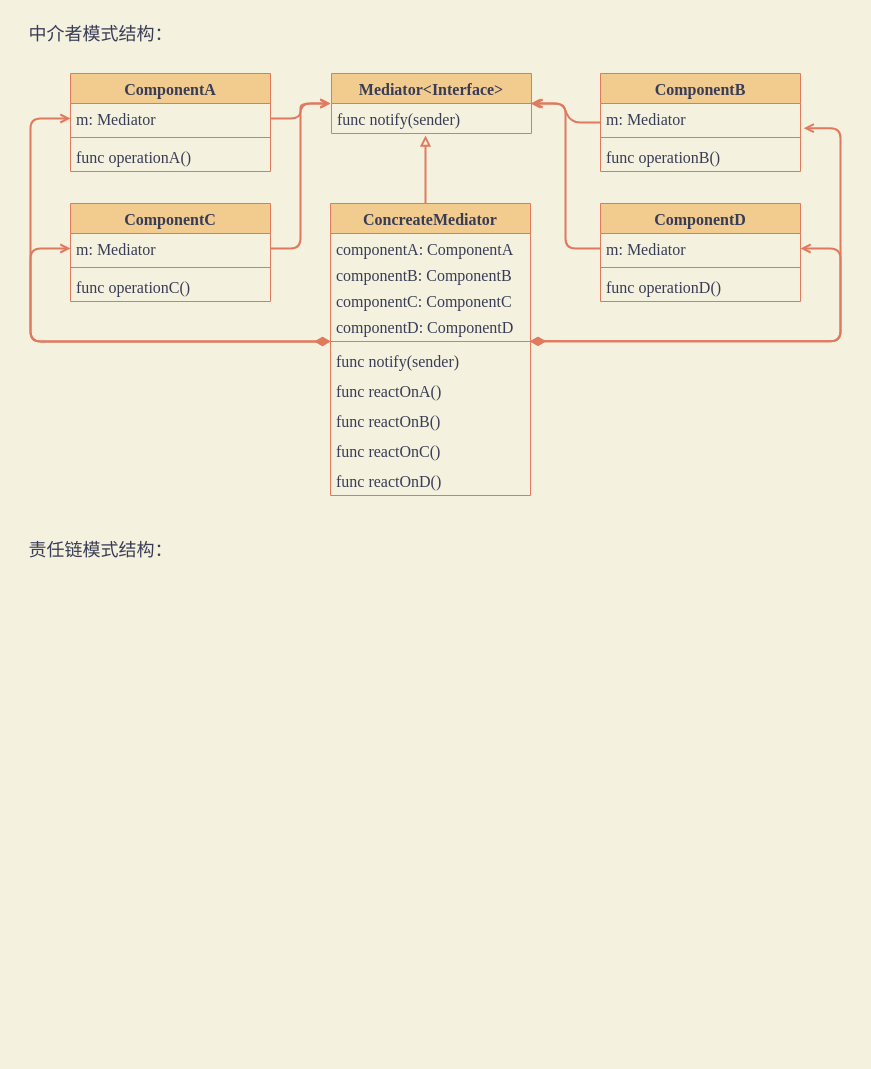
Earlier version of the draw.io diagram 设计模式.drawio (xuhaodong1/DrawIO). Source tidied: cells renumbered, new cells numbered last; positions are measured from the earlier drawing's top-left corner, leaving out a move shared by most shapes. Both pictures are drawn from the tidied source at 100%, with x=0, y=0 at pixel (21, 17).
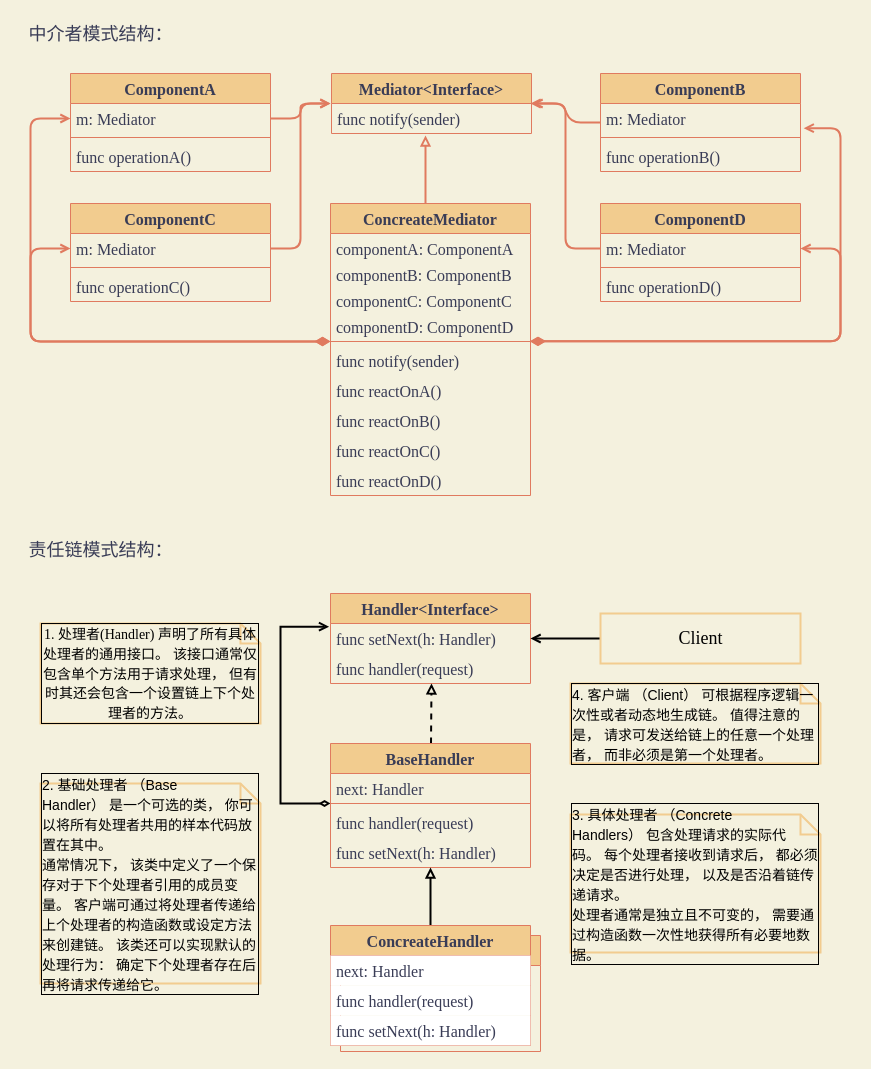
Above is the later version.

Commit message (it also covers changes not shown here):
更新设计模式.drawio

The edit, as a diff of the source:
```diff
@@
+    <mxCell id="42" value="ConcreateHandler" style="swimlane;fontStyle=1;align=center;verticalAlign=top;horizontal=1;startSize=30;fontFamily=Times New Roman;fontSize=16;rounded=0;fillColor=#F2CC8F;strokeColor=#E07A5F;fontColor=none;noLabel=1;" parent="1" vertex="1">
+      <mxGeometry x="319" y="918" width="200" height="116" as="geometry" />
+    </mxCell>
+    <mxCell id="43" value="func setNext(h: Handler)" style="text;strokeColor=none;fillColor=none;align=left;verticalAlign=top;spacingLeft=4;spacingRight=4;overflow=hidden;fontFamily=Times New Roman;fontSize=16;rounded=0;fontColor=none;noLabel=1;" parent="42" vertex="1">
+      <mxGeometry y="30" width="200" height="30" as="geometry" />
+    </mxCell>
+    <mxCell id="44" value="next: Handler" style="text;strokeColor=none;fillColor=none;align=left;verticalAlign=top;spacingLeft=4;spacingRight=4;overflow=hidden;fontFamily=Times New Roman;fontSize=16;rounded=0;fontColor=none;noLabel=1;" parent="42" vertex="1">
+      <mxGeometry y="60" width="200" height="26" as="geometry" />
+    </mxCell>
+    <mxCell id="45" value="func handler(request)" style="text;strokeColor=none;fillColor=none;align=left;verticalAlign=top;spacingLeft=4;spacingRight=4;overflow=hidden;fontFamily=Times New Roman;fontSize=16;rounded=0;fontColor=none;noLabel=1;" parent="42" vertex="1">
+      <mxGeometry y="86" width="200" height="30" as="geometry" />
+    </mxCell>
@@
+    <mxCell id="46" value="Handler&lt;Interface&gt;" style="swimlane;fontStyle=1;align=center;verticalAlign=top;horizontal=1;startSize=30;fontFamily=Times New Roman;fontSize=16;rounded=0;fillColor=#F2CC8F;strokeColor=#E07A5F;fontColor=#393C56;" parent="1" vertex="1">
+      <mxGeometry x="309" y="576" width="200" height="90" as="geometry" />
+    </mxCell>
+    <mxCell id="47" value="func setNext(h: Handler)" style="text;strokeColor=none;fillColor=none;align=left;verticalAlign=top;spacingLeft=4;spacingRight=4;overflow=hidden;points=[[0,0.5],[1,0.5]];portConstraint=eastwest;fontFamily=Times New Roman;fontSize=16;rounded=0;fontColor=#393C56;" parent="46" vertex="1">
+      <mxGeometry y="30" width="200" height="30" as="geometry" />
+    </mxCell>
+    <mxCell id="48" value="func handler(request)" style="text;strokeColor=none;fillColor=none;align=left;verticalAlign=top;spacingLeft=4;spacingRight=4;overflow=hidden;points=[[0,0.5],[1,0.5]];portConstraint=eastwest;fontFamily=Times New Roman;fontSize=16;rounded=0;fontColor=#393C56;" parent="46" vertex="1">
+      <mxGeometry y="60" width="200" height="30" as="geometry" />
+    </mxCell>
+    <mxCell id="49" style="edgeStyle=none;rounded=0;jettySize=auto;html=1;entryX=0.505;entryY=0.997;entryDx=0;entryDy=0;entryPerimeter=0;strokeWidth=2;fontFamily=Times New Roman;fontSize=18;fontColor=default;endArrow=block;endFill=0;dashed=1;" parent="1" edge="1" source="51" target="48">
+      <mxGeometry relative="1" as="geometry" />
+    </mxCell>
+    <mxCell id="50" style="edgeStyle=orthogonalEdgeStyle;rounded=0;jettySize=auto;html=1;entryX=-0.007;entryY=0.105;entryDx=0;entryDy=0;entryPerimeter=0;strokeWidth=2;fontFamily=Times New Roman;fontSize=18;fontColor=default;endArrow=open;endFill=0;startArrow=diamondThin;startFill=0;" parent="1" edge="1" source="51" target="47">
+      <mxGeometry relative="1" as="geometry">
+        <Array as="points">
+          <mxPoint x="259" y="786" />
+          <mxPoint x="259" y="609" />
+        </Array>
+      </mxGeometry>
+    </mxCell>
+    <mxCell id="51" value="BaseHandler" style="swimlane;fontStyle=1;align=center;verticalAlign=top;horizontal=1;startSize=30;fontFamily=Times New Roman;fontSize=16;rounded=0;fillColor=#F2CC8F;strokeColor=#E07A5F;fontColor=#393C56;" parent="1" vertex="1">
+      <mxGeometry x="309" y="726" width="200" height="124" as="geometry" />
+    </mxCell>
+    <mxCell id="52" value="next: Handler" style="text;strokeColor=none;fillColor=none;align=left;verticalAlign=top;spacingLeft=4;spacingRight=4;overflow=hidden;fontFamily=Times New Roman;fontSize=16;rounded=0;fontColor=#393C56;" parent="51" vertex="1">
+      <mxGeometry y="30" width="200" height="26" as="geometry" />
+    </mxCell>
+    <mxCell id="53" style="line;strokeWidth=1;fillColor=none;align=left;verticalAlign=middle;spacingTop=-1;spacingLeft=3;spacingRight=3;labelPosition=right;strokeColor=#E07A5F;fontFamily=Times New Roman;fontSize=16;rounded=0;fontColor=#393C56;labelBackgroundColor=#F4F1DE;" parent="51" vertex="1">
+      <mxGeometry y="56" width="200" height="8" as="geometry" />
+    </mxCell>
+    <mxCell id="54" value="func handler(request)" style="text;strokeColor=none;fillColor=none;align=left;verticalAlign=top;spacingLeft=4;spacingRight=4;overflow=hidden;fontFamily=Times New Roman;fontSize=16;rounded=0;fontColor=#393C56;" parent="51" vertex="1">
+      <mxGeometry y="64" width="200" height="30" as="geometry" />
+    </mxCell>
+    <mxCell id="55" value="func setNext(h: Handler)" style="text;strokeColor=none;fillColor=none;align=left;verticalAlign=top;spacingLeft=4;spacingRight=4;overflow=hidden;points=[[0,0.5],[1,0.5]];portConstraint=eastwest;fontFamily=Times New Roman;fontSize=16;rounded=0;fontColor=#393C56;" parent="51" vertex="1">
+      <mxGeometry y="94" width="200" height="30" as="geometry" />
+    </mxCell>
+    <mxCell id="56" style="edgeStyle=none;rounded=0;jettySize=auto;html=1;strokeWidth=2;fontFamily=Times New Roman;fontSize=18;fontColor=default;endArrow=block;endFill=0;" parent="1" edge="1" source="57" target="55">
+      <mxGeometry relative="1" as="geometry" />
+    </mxCell>
+    <mxCell id="57" value="ConcreateHandler" style="swimlane;fontStyle=1;align=center;verticalAlign=top;horizontal=1;startSize=30;fontFamily=Times New Roman;fontSize=16;rounded=0;fillColor=#F2CC8F;strokeColor=#E07A5F;fontColor=#393C56;" parent="1" vertex="1">
+      <mxGeometry x="309" y="908" width="200" height="120" as="geometry" />
+    </mxCell>
+    <mxCell id="58" value="next: Handler" style="text;strokeColor=none;fillColor=default;align=left;verticalAlign=top;spacingLeft=4;spacingRight=4;overflow=hidden;fontFamily=Times New Roman;fontSize=16;rounded=0;fontColor=#393C56;" parent="57" vertex="1">
+      <mxGeometry y="30" width="200" height="30" as="geometry" />
+    </mxCell>
+    <mxCell id="59" value="func handler(request)" style="text;strokeColor=none;fillColor=default;align=left;verticalAlign=top;spacingLeft=4;spacingRight=4;overflow=hidden;fontFamily=Times New Roman;fontSize=16;rounded=0;fontColor=#393C56;" parent="57" vertex="1">
+      <mxGeometry y="60" width="200" height="30" as="geometry" />
+    </mxCell>
+    <mxCell id="60" value="func setNext(h: Handler)" style="text;strokeColor=none;fillColor=default;align=left;verticalAlign=top;spacingLeft=4;spacingRight=4;overflow=hidden;fontFamily=Times New Roman;fontSize=16;rounded=0;fontColor=#393C56;" parent="57" vertex="1">
+      <mxGeometry y="90" width="200" height="30" as="geometry" />
+    </mxCell>
+    <mxCell id="61" style="edgeStyle=orthogonalEdgeStyle;rounded=0;jettySize=auto;html=1;entryX=1;entryY=0.5;entryDx=0;entryDy=0;fontFamily=Times New Roman;fontSize=18;fontColor=default;endArrow=open;endFill=0;strokeWidth=2;" parent="1" edge="1" source="62" target="47">
+      <mxGeometry relative="1" as="geometry" />
+    </mxCell>
+    <mxCell id="62" value="Client" style="html=1;labelBackgroundColor=none;fontColor=default;fillColor=none;gradientColor=none;fontSize=18;fontFamily=Times New Roman;strokeColor=#F2CC8F;strokeWidth=2;" parent="1" vertex="1">
+      <mxGeometry x="579" y="596" width="200" height="50" as="geometry" />
+    </mxCell>
+    <mxCell id="63" value="&lt;font style=&quot;font-size: 14px;&quot;&gt;1. 处理者(Handler)&amp;nbsp;&lt;span style=&quot;font-family: &amp;quot;Heiti SC Light&amp;quot;; text-align: start; background-color: initial;&quot;&gt;声明了所有具体处理者的通用接口。&amp;nbsp;该接口通常仅包含单个方法用于请求处理，&amp;nbsp;但有时其还会包含一个设置链上下个处理者的方法。&lt;/span&gt;&lt;/font&gt;" style="shape=note;size=20;whiteSpace=wrap;html=1;labelBackgroundColor=none;labelBorderColor=default;strokeColor=#F2CC8F;strokeWidth=2;fontFamily=Times New Roman;fontSize=16;fontColor=default;fillColor=none;gradientColor=none;" parent="1" vertex="1">
+      <mxGeometry x="19" y="606" width="220" height="100" as="geometry" />
+    </mxCell>
+    <mxCell id="64" value="&lt;p style=&quot;margin: 0px; font-variant-numeric: normal; font-variant-east-asian: normal; font-stretch: normal; font-size: 14px; line-height: normal; font-family: &amp;quot;Heiti SC Light&amp;quot;; text-align: start;&quot; class=&quot;p1&quot;&gt;&lt;span style=&quot;&quot; class=&quot;Apple-tab-span&quot;&gt;&lt;/span&gt;&lt;span style=&quot;&quot; class=&quot;Apple-tab-span&quot;&gt;&lt;/span&gt;2. 基础处理者&amp;nbsp;（Base Handler）&amp;nbsp;是一个可选的类，&amp;nbsp;你可以将所有处理者共用的样本代码放置在其中。&lt;/p&gt;&lt;p style=&quot;margin: 0px; font-variant-numeric: normal; font-variant-east-asian: normal; font-stretch: normal; font-size: 14px; line-height: normal; font-family: &amp;quot;Heiti SC Light&amp;quot;; text-align: start;&quot; class=&quot;p1&quot;&gt;通常情况下，&amp;nbsp;该类中定义了一个保存对于下个处理者引用的成员变量。&amp;nbsp;客户端可通过将处理者传递给上个处理者的构造函数或设定方法来创建链。&amp;nbsp;该类还可以实现默认的处理行为：&amp;nbsp;确定下个处理者存在后再将请求传递给它。&lt;/p&gt;" style="shape=note;size=20;whiteSpace=wrap;html=1;labelBackgroundColor=none;labelBorderColor=default;strokeColor=#F2CC8F;strokeWidth=2;fontFamily=Times New Roman;fontSize=16;fontColor=default;fillColor=none;gradientColor=none;" parent="1" vertex="1">
+      <mxGeometry x="19" y="766" width="220" height="200" as="geometry" />
+    </mxCell>
+    <mxCell id="65" value="&lt;p style=&quot;margin: 0px; font-variant-numeric: normal; font-variant-east-asian: normal; font-stretch: normal; font-size: 14px; line-height: normal; font-family: &amp;quot;Heiti SC Light&amp;quot;; text-align: start;&quot; class=&quot;p1&quot;&gt;&lt;span style=&quot;&quot; class=&quot;Apple-tab-span&quot;&gt;&lt;/span&gt;&lt;/p&gt;&lt;p style=&quot;margin: 0px; font-variant-numeric: normal; font-variant-east-asian: normal; font-stretch: normal; font-size: 14px; line-height: normal; font-family: &amp;quot;Heiti SC Light&amp;quot;; text-align: start;&quot; class=&quot;p1&quot;&gt;&lt;span style=&quot;&quot; class=&quot;Apple-tab-span&quot;&gt;&lt;/span&gt;&lt;span style=&quot;&quot; class=&quot;Apple-tab-span&quot;&gt;&lt;/span&gt;3. 具体处理者&amp;nbsp;（Concrete Handlers）&amp;nbsp;包含处理请求的实际代码。&amp;nbsp;每个处理者接收到请求后，&amp;nbsp;都必须决定是否进行处理，&amp;nbsp;以及是否沿着链传递请求。&lt;/p&gt;&lt;p style=&quot;margin: 0px; font-variant-numeric: normal; font-variant-east-asian: normal; font-stretch: normal; font-size: 14px; line-height: normal; font-family: &amp;quot;Heiti SC Light&amp;quot;; text-align: start;&quot; class=&quot;p1&quot;&gt;处理者通常是独立且不可变的，&amp;nbsp;需要通过构造函数一次性地获得所有必要地数据。&lt;/p&gt;" style="shape=note;size=20;whiteSpace=wrap;html=1;labelBackgroundColor=none;labelBorderColor=default;strokeColor=#F2CC8F;strokeWidth=2;fontFamily=Times New Roman;fontSize=16;fontColor=default;fillColor=none;gradientColor=none;" parent="1" vertex="1">
+      <mxGeometry x="549" y="797" width="250" height="138" as="geometry" />
+    </mxCell>
+    <mxCell id="66" value="&lt;p style=&quot;margin: 0px; font-variant-numeric: normal; font-variant-east-asian: normal; font-stretch: normal; font-size: 14px; line-height: normal; font-family: &amp;quot;Heiti SC Light&amp;quot;; text-align: start;&quot; class=&quot;p1&quot;&gt;&lt;span style=&quot;&quot; class=&quot;Apple-tab-span&quot;&gt;&lt;/span&gt;&lt;/p&gt;&lt;p style=&quot;margin: 0px; font-variant-numeric: normal; font-variant-east-asian: normal; font-stretch: normal; font-size: 14px; line-height: normal; font-family: &amp;quot;Heiti SC Light&amp;quot;; text-align: start;&quot; class=&quot;p1&quot;&gt;&lt;span style=&quot;&quot; class=&quot;Apple-tab-span&quot;&gt;&lt;/span&gt;&lt;/p&gt;&lt;p style=&quot;margin: 0px; font-variant-numeric: normal; font-variant-east-asian: normal; font-stretch: normal; font-size: 14px; line-height: normal; font-family: &amp;quot;Heiti SC Light&amp;quot;; text-align: start;&quot; class=&quot;p1&quot;&gt;&lt;span style=&quot;&quot; class=&quot;Apple-tab-span&quot;&gt;&lt;/span&gt;&lt;span style=&quot;&quot; class=&quot;Apple-tab-span&quot;&gt;&lt;/span&gt;4. 客户端&amp;nbsp;（Client）&amp;nbsp;可根据程序逻辑一次性或者动态地生成链。&amp;nbsp;值得注意的是，&amp;nbsp;请求可发送给链上的任意一个处理者，&amp;nbsp;而非必须是第一个处理者。&lt;/p&gt;" style="shape=note;size=20;whiteSpace=wrap;html=1;labelBackgroundColor=none;labelBorderColor=default;strokeColor=#F2CC8F;strokeWidth=2;fontFamily=Times New Roman;fontSize=16;fontColor=default;fillColor=none;gradientColor=none;" parent="1" vertex="1">
+      <mxGeometry x="549" y="666" width="250" height="80" as="geometry" />
+    </mxCell>
```
